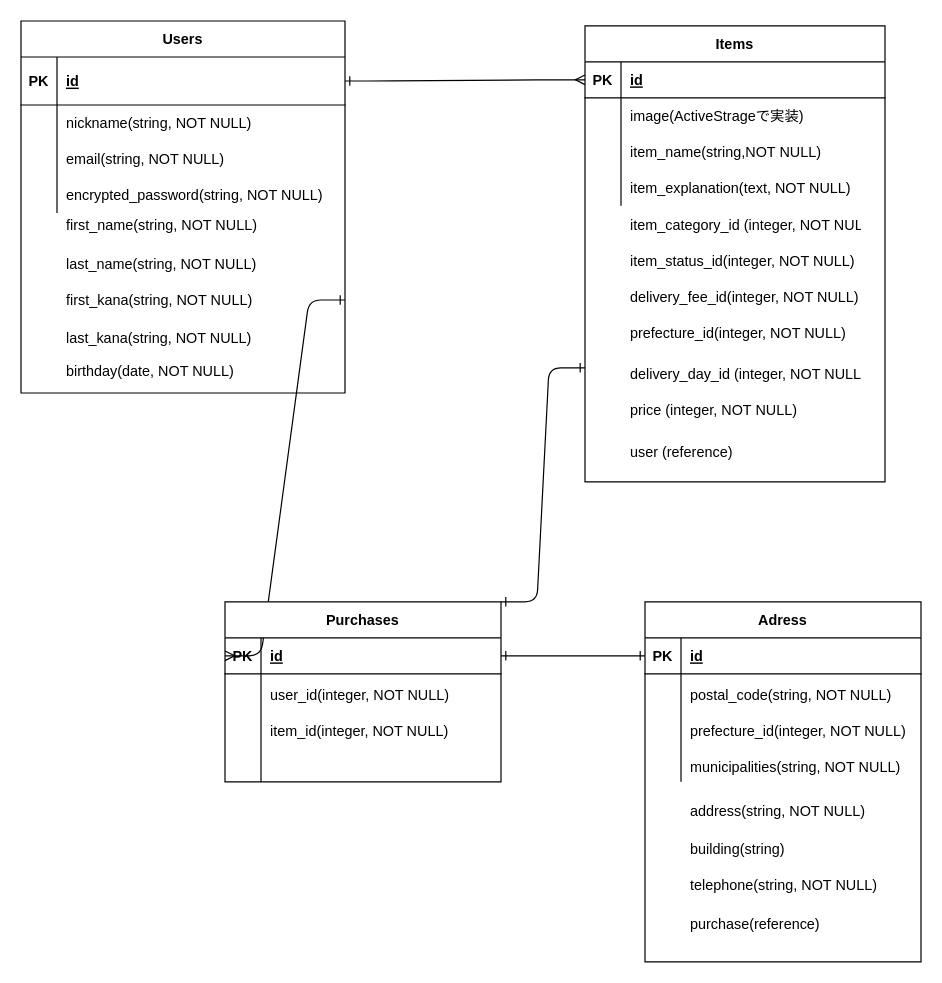
The draw.io diagram furima.dio in YoshitakaKurahashi/furima-30308, before the edit. Source tidied: cells renumbered, new cells numbered last; positions are measured from the earlier drawing's top-left corner, leaving out a move shared by most shapes. Both pictures are drawn from the tidied source at 120%, with x=0, y=0 at pixel (20, 20).
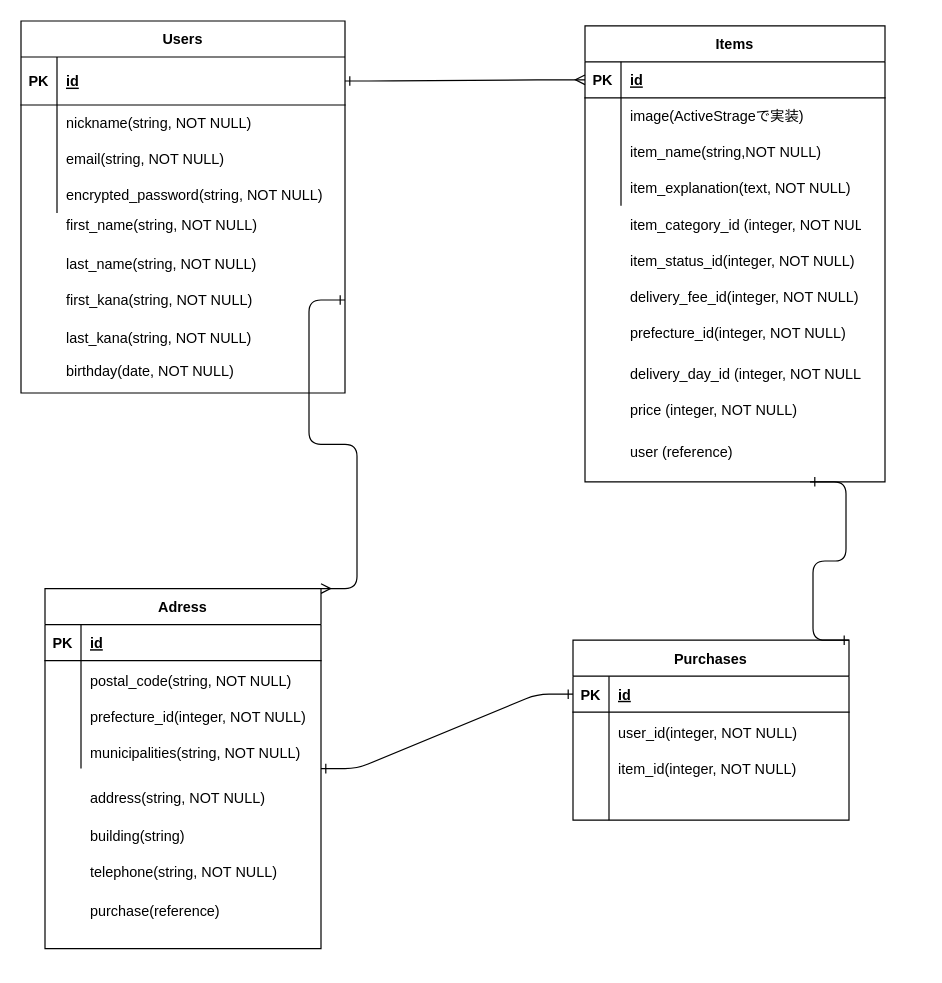
Above is the later version.

Commit message (it also covers changes not shown here):
データベース設計４

The change refers to these unchanged cells:
```xml
<mxCell id="4" value="Users" style="shape=table;startSize=30;childLayout=tableLayout;rowLines=0;fontStyle=1;align=center;" parent="1" vertex="1">
  <mxGeometry width="270" height="310" as="geometry" />
</mxCell>
<mxCell id="29" value="Items" style="shape=table;startSize=30;childLayout=tableLayout;rowLines=0;fontStyle=1;align=center;" parent="1" vertex="1">
  <mxGeometry x="470" y="4" width="250" height="380" as="geometry" />
</mxCell>
<mxCell id="45" style="shape=partialRectangle;fillColor=none;top=0;left=0;bottom=1;right=0;points=[[0,0.5],[1,0.5]];portConstraint=eastwest;" parent="44" vertex="1">
  <mxGeometry y="30" width="230" height="30" as="geometry" />
</mxCell>
<mxCell id="58" style="shape=partialRectangle;fillColor=none;top=0;left=0;bottom=1;right=0;points=[[0,0.5],[1,0.5]];portConstraint=eastwest;" parent="57" vertex="1">
  <mxGeometry y="30" width="230" height="30" as="geometry" />
</mxCell>
```

The edit, as a diff of the source:
```diff
@@
-    <mxCell id="43" style="edgeStyle=entityRelationEdgeStyle;fontSize=12;html=1;endArrow=ERmany;endFill=0;exitX=1;exitY=0.75;exitDx=0;exitDy=0;entryX=0;entryY=0.5;entryDx=0;entryDy=0;startArrow=ERone;startFill=0;" parent="1" edge="1" source="4" target="58">
+    <mxCell id="43" style="edgeStyle=entityRelationEdgeStyle;fontSize=12;html=1;endArrow=ERmany;endFill=0;exitX=1;exitY=0.75;exitDx=0;exitDy=0;entryX=1;entryY=0;entryDx=0;entryDy=0;startArrow=ERone;startFill=0;" parent="1" edge="1" source="4" target="44">
       <mxGeometry relative="1" as="geometry" />
     </mxCell>
     <mxCell id="44" value="Adress" style="shape=table;startSize=30;childLayout=tableLayout;rowLines=0;fontStyle=1;align=center;" parent="1" vertex="1">
-      <mxGeometry x="520" y="484" width="230" height="300" as="geometry" />
+      <mxGeometry x="20" y="473" width="230" height="300" as="geometry" />
     </mxCell>
@@
     <mxCell id="57" value="Purchases" style="shape=table;startSize=30;childLayout=tableLayout;rowLines=0;fontStyle=1;align=center;" parent="1" vertex="1">
-      <mxGeometry x="170" y="484" width="230" height="150" as="geometry" />
+      <mxGeometry x="460" y="516" width="230" height="150" as="geometry" />
     </mxCell>
@@
     <mxCell id="70" value="user_id(integer, NOT NULL)" style="shape=partialRectangle;fillColor=none;top=0;left=0;bottom=0;right=0;align=left;spacingLeft=6;overflow=hidden;" parent="1" vertex="1">
-      <mxGeometry x="200" y="546" width="200" height="30" as="geometry" />
+      <mxGeometry x="490" y="578" width="200" height="30" as="geometry" />
     </mxCell>
     <mxCell id="71" value="item_id(integer, NOT NULL)" style="shape=partialRectangle;fillColor=none;top=0;left=0;bottom=0;right=0;align=left;spacingLeft=6;overflow=hidden;" parent="1" vertex="1">
-      <mxGeometry x="200" y="576" width="200" height="30" as="geometry" />
+      <mxGeometry x="490" y="608" width="200" height="30" as="geometry" />
     </mxCell>
     <mxCell id="72" value="address(string, NOT NULL)" style="shape=partialRectangle;fillColor=none;top=0;left=0;bottom=0;right=0;align=left;spacingLeft=6;overflow=hidden;" parent="1" vertex="1">
-      <mxGeometry x="550" y="643" width="170" height="30" as="geometry" />
+      <mxGeometry x="50" y="632" width="170" height="30" as="geometry" />
     </mxCell>
     <mxCell id="73" value="building(string)" style="shape=partialRectangle;fillColor=none;top=0;left=0;bottom=0;right=0;align=left;spacingLeft=6;overflow=hidden;" parent="1" vertex="1">
-      <mxGeometry x="550" y="675" width="170" height="30" as="geometry" />
+      <mxGeometry x="50" y="664" width="170" height="30" as="geometry" />
     </mxCell>
     <mxCell id="74" value="telephone(string, NOT NULL)" style="shape=partialRectangle;fillColor=none;top=0;left=0;bottom=0;right=0;align=left;spacingLeft=6;overflow=hidden;" parent="1" vertex="1">
-      <mxGeometry x="550" y="705" width="170" height="30" as="geometry" />
+      <mxGeometry x="50" y="694" width="170" height="30" as="geometry" />
     </mxCell>
     <mxCell id="75" value="purchase(reference)" style="shape=partialRectangle;fillColor=none;top=0;left=0;bottom=0;right=0;align=left;spacingLeft=6;overflow=hidden;" parent="1" vertex="1">
-      <mxGeometry x="550" y="737" width="170" height="30" as="geometry" />
+      <mxGeometry x="50" y="726" width="170" height="30" as="geometry" />
     </mxCell>
     <mxCell id="76" value="postal_code(string, NOT NULL)" style="shape=partialRectangle;fillColor=none;top=0;left=0;bottom=0;right=0;align=left;spacingLeft=6;overflow=hidden;" parent="1" vertex="1">
-      <mxGeometry x="550" y="546" width="200" height="30" as="geometry" />
+      <mxGeometry x="50" y="535" width="200" height="30" as="geometry" />
     </mxCell>
     <mxCell id="77" value="prefecture_id(integer, NOT NULL)" style="shape=partialRectangle;fillColor=none;top=0;left=0;bottom=0;right=0;align=left;spacingLeft=6;overflow=hidden;" parent="1" vertex="1">
-      <mxGeometry x="550" y="576" width="200" height="30" as="geometry" />
+      <mxGeometry x="50" y="565" width="200" height="30" as="geometry" />
     </mxCell>
     <mxCell id="78" value="municipalities(string, NOT NULL)" style="shape=partialRectangle;fillColor=none;top=0;left=0;bottom=0;right=0;align=left;spacingLeft=6;overflow=hidden;" parent="1" vertex="1">
-      <mxGeometry x="550" y="606" width="200" height="30" as="geometry" />
+      <mxGeometry x="50" y="595" width="200" height="30" as="geometry" />
     </mxCell>
-    <mxCell id="79" style="edgeStyle=entityRelationEdgeStyle;fontSize=12;html=1;endArrow=ERone;endFill=1;exitX=1;exitY=0.5;exitDx=0;exitDy=0;entryX=0;entryY=0.5;entryDx=0;entryDy=0;startArrow=ERone;startFill=0;" parent="1" edge="1" source="58" target="45">
+    <mxCell id="79" style="edgeStyle=entityRelationEdgeStyle;fontSize=12;html=1;endArrow=ERone;endFill=1;exitX=0;exitY=0.5;exitDx=0;exitDy=0;entryX=1;entryY=0.5;entryDx=0;entryDy=0;startArrow=ERone;startFill=0;" parent="1" edge="1" source="58" target="44">
       <mxGeometry relative="1" as="geometry" />
     </mxCell>
-    <mxCell id="80" style="edgeStyle=entityRelationEdgeStyle;fontSize=12;html=1;endArrow=ERone;endFill=1;exitX=1;exitY=0;exitDx=0;exitDy=0;entryX=0;entryY=0.75;entryDx=0;entryDy=0;startArrow=ERone;startFill=0;" parent="1" edge="1" source="57" target="29">
+    <mxCell id="80" style="edgeStyle=entityRelationEdgeStyle;fontSize=12;html=1;endArrow=ERone;endFill=1;exitX=1;exitY=0;exitDx=0;exitDy=0;entryX=0.75;entryY=1;entryDx=0;entryDy=0;startArrow=ERone;startFill=0;" parent="1" edge="1" source="57" target="29">
       <mxGeometry relative="1" as="geometry" />
     </mxCell>
```
